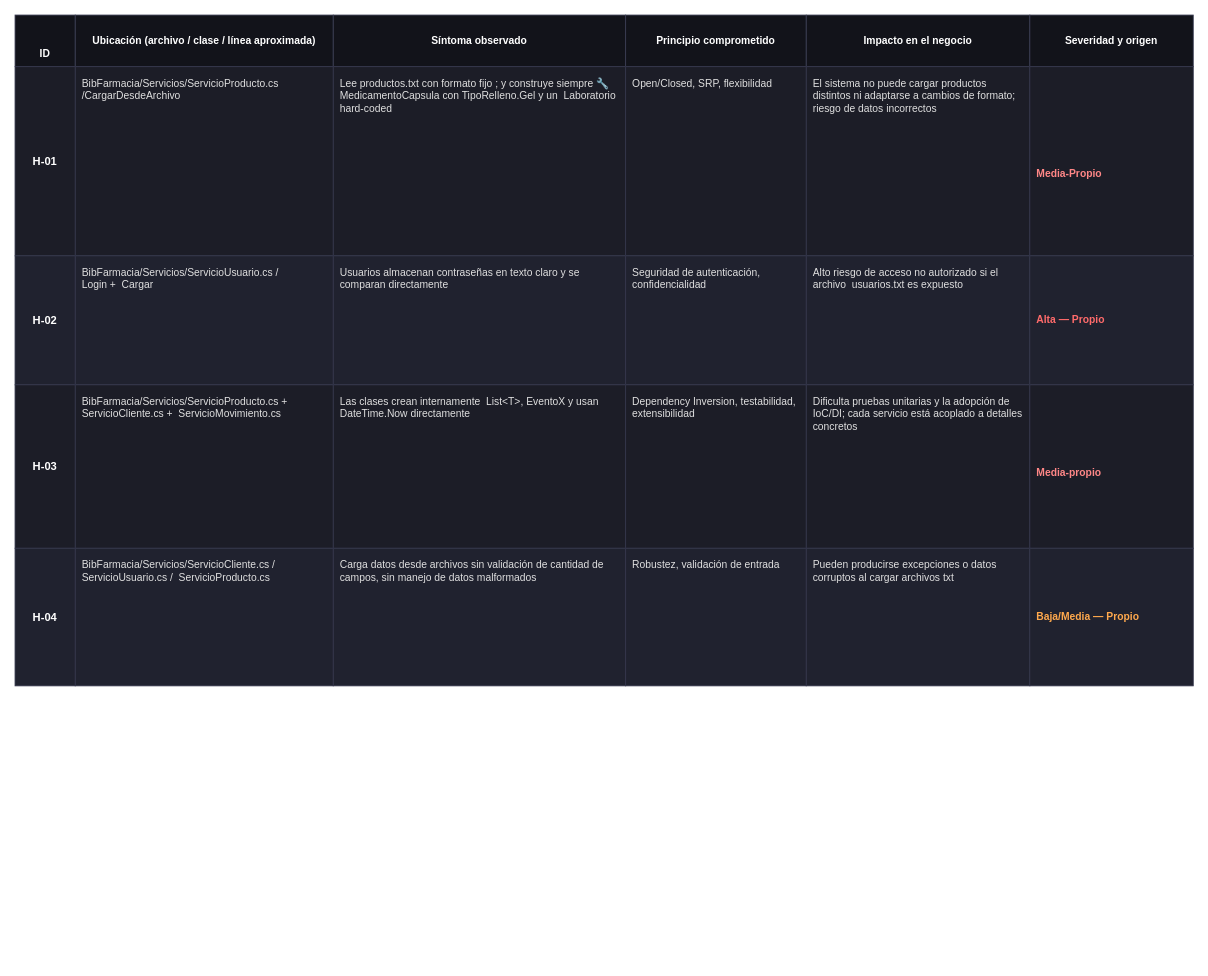
Earlier version of the draw.io diagram Fase 1/inventario_de_hallazgos.drawio (andresvle/parcial1-arq-software). Source tidied: cells renumbered, new cells numbered last; positions are measured from the earlier drawing's top-left corner, leaving out a move shared by most shapes. Both pictures are drawn from the tidied source at 86%, with x=0, y=0 at pixel (15, 15).
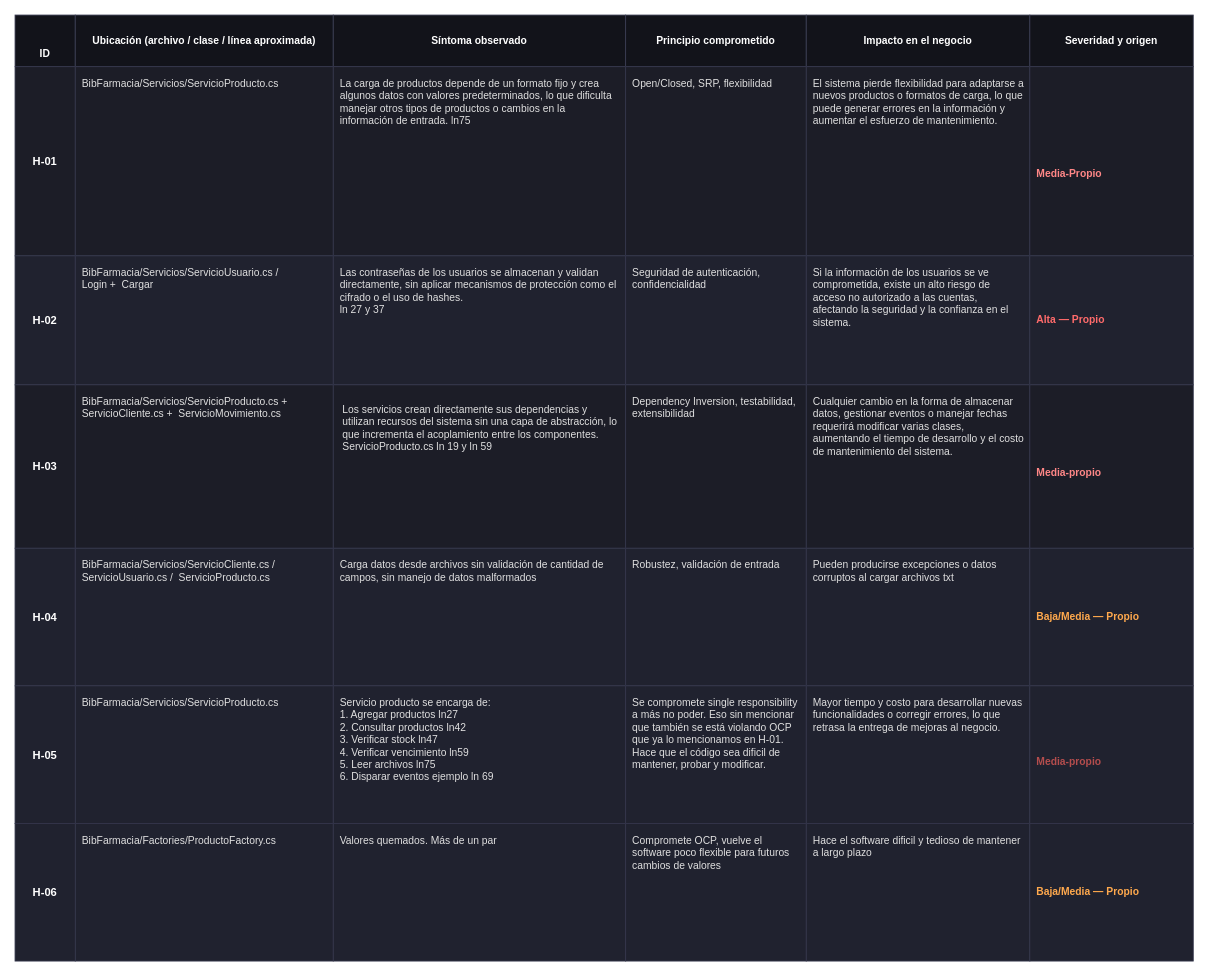
The same page after the edit.

Commit message:
inventario de hallazgos finalizado

Diff of the diagram source:
```diff
@@
-    <mxCell id="9" value="BibFarmacia/Servicios/ServicioProducto.cs /CargarDesdeArchivo" style="rounded=0;whiteSpace=wrap;html=1;align=left;verticalAlign=top;fontSize=12;fontColor=#e0e0e0;fillColor=#1c1d27;strokeColor=#33354a;spacing=8;" parent="1" vertex="1">
+    <mxCell id="9" value="BibFarmacia/Servicios/ServicioProducto.cs&amp;nbsp;" style="rounded=0;whiteSpace=wrap;html=1;align=left;verticalAlign=top;fontSize=12;fontColor=#e0e0e0;fillColor=#1c1d27;strokeColor=#33354a;spacing=8;" parent="1" vertex="1">
       <mxGeometry x="70" y="60" width="300" height="220" as="geometry" />
     </mxCell>
-    <mxCell id="10" value="Lee productos.txt con formato fijo ; y construye siempre 🔧 MedicamentoCapsula con TipoRelleno.Gel y un&amp;nbsp; Laboratorio hard-coded" style="rounded=0;whiteSpace=wrap;html=1;align=left;verticalAlign=top;fontSize=12;fontColor=#e0e0e0;fillColor=#1c1d27;strokeColor=#33354a;spacing=8;" parent="1" vertex="1">
+    <mxCell id="10" value="La carga de productos depende de un formato fijo y crea algunos datos con valores predeterminados, lo que dificulta manejar otros tipos de productos o cambios en la información de entrada. ln75" style="rounded=0;whiteSpace=wrap;html=1;align=left;verticalAlign=top;fontSize=12;fontColor=#e0e0e0;fillColor=#1c1d27;strokeColor=#33354a;spacing=8;" parent="1" vertex="1">
       <mxGeometry x="370" y="60" width="340" height="220" as="geometry" />
     </mxCell>
@@
-    <mxCell id="12" value="El sistema no puede cargar productos distintos ni adaptarse a cambios de formato; riesgo de datos incorrectos" style="rounded=0;whiteSpace=wrap;html=1;align=left;verticalAlign=top;fontSize=12;fontColor=#e0e0e0;fillColor=#1c1d27;strokeColor=#33354a;spacing=8;" parent="1" vertex="1">
+    <mxCell id="12" value="El sistema pierde flexibilidad para adaptarse a nuevos productos o formatos de carga, lo que puede generar errores en la información y aumentar el esfuerzo de mantenimiento." style="rounded=0;whiteSpace=wrap;html=1;align=left;verticalAlign=top;fontSize=12;fontColor=#e0e0e0;fillColor=#1c1d27;strokeColor=#33354a;spacing=8;" parent="1" vertex="1">
       <mxGeometry x="920" y="60" width="260" height="220" as="geometry" />
     </mxCell>
@@
-    <mxCell id="16" value="Usuarios almacenan contraseñas en texto claro y se comparan directamente" style="rounded=0;whiteSpace=wrap;html=1;align=left;verticalAlign=top;fontSize=12;fontColor=#e0e0e0;fillColor=#20222f;strokeColor=#33354a;spacing=8;" parent="1" vertex="1">
+    <mxCell id="16" value="Las contraseñas de los usuarios se almacenan y validan directamente, sin aplicar mecanismos de protección como el cifrado o el uso de hashes.&lt;div&gt;ln 27 y 37&lt;/div&gt;" style="rounded=0;whiteSpace=wrap;html=1;align=left;verticalAlign=top;fontSize=12;fontColor=#e0e0e0;fillColor=#20222f;strokeColor=#33354a;spacing=8;" parent="1" vertex="1">
       <mxGeometry x="370" y="280" width="340" height="150" as="geometry" />
     </mxCell>
@@
-    <mxCell id="18" value="Alto riesgo de acceso no autorizado si el archivo&amp;nbsp; usuarios.txt es expuesto" style="rounded=0;whiteSpace=wrap;html=1;align=left;verticalAlign=top;fontSize=12;fontColor=#e0e0e0;fillColor=#20222f;strokeColor=#33354a;spacing=8;" parent="1" vertex="1">
+    <mxCell id="18" value="Si la información de los usuarios se ve comprometida, existe un alto riesgo de acceso no autorizado a las cuentas, afectando la seguridad y la confianza en el sistema." style="rounded=0;whiteSpace=wrap;html=1;align=left;verticalAlign=top;fontSize=12;fontColor=#e0e0e0;fillColor=#20222f;strokeColor=#33354a;spacing=8;" parent="1" vertex="1">
       <mxGeometry x="920" y="280" width="260" height="150" as="geometry" />
     </mxCell>
@@
-    <mxCell id="22" value="Las clases crean internamente&amp;nbsp; List&amp;lt;T&amp;gt;, EventoX y usan&amp;nbsp; DateTime.Now directamente" style="rounded=0;whiteSpace=wrap;html=1;align=left;verticalAlign=top;fontSize=12;fontColor=#e0e0e0;fillColor=#1c1d27;strokeColor=#33354a;spacing=8;" parent="1" vertex="1">
+    <mxCell id="22" value="&lt;table&gt;&lt;tbody&gt;&lt;tr&gt;&lt;td&gt;&lt;strong&gt;&lt;/strong&gt;&lt;/td&gt;&lt;/tr&gt;&lt;/tbody&gt;&lt;/table&gt;&lt;table&gt;&lt;tbody&gt;&lt;tr&gt;&lt;td&gt;Los servicios crean directamente sus dependencias y utilizan recursos del sistema sin una capa de abstracción, lo que incrementa el acoplamiento entre los componentes.&lt;br&gt;ServicioProducto.cs ln 19 y ln 59&lt;/td&gt;&lt;/tr&gt;&lt;/tbody&gt;&lt;/table&gt;" style="rounded=0;whiteSpace=wrap;html=1;align=left;verticalAlign=top;fontSize=12;fontColor=#e0e0e0;fillColor=#1c1d27;strokeColor=#33354a;spacing=8;" parent="1" vertex="1">
       <mxGeometry x="370" y="430" width="340" height="190" as="geometry" />
     </mxCell>
@@
-    <mxCell id="24" value="Dificulta pruebas unitarias y la adopción de IoC/DI; cada servicio está acoplado a detalles concretos" style="rounded=0;whiteSpace=wrap;html=1;align=left;verticalAlign=top;fontSize=12;fontColor=#e0e0e0;fillColor=#1c1d27;strokeColor=#33354a;spacing=8;" parent="1" vertex="1">
+    <mxCell id="24" value="Cualquier cambio en la forma de almacenar datos, gestionar eventos o manejar fechas requerirá modificar varias clases, aumentando el tiempo de desarrollo y el costo de mantenimiento del sistema." style="rounded=0;whiteSpace=wrap;html=1;align=left;verticalAlign=top;fontSize=12;fontColor=#e0e0e0;fillColor=#1c1d27;strokeColor=#33354a;spacing=8;" parent="1" vertex="1">
       <mxGeometry x="920" y="430" width="260" height="190" as="geometry" />
     </mxCell>
@@
+    <mxCell id="32" value="BibFarmacia/Servicios/ServicioProducto.cs" style="rounded=0;whiteSpace=wrap;html=1;align=left;verticalAlign=top;fontSize=12;fontColor=#e0e0e0;fillColor=#20222f;strokeColor=#33354a;spacing=8;" parent="1" vertex="1">
+      <mxGeometry x="70" y="780" width="300" height="160" as="geometry" />
+    </mxCell>
+    <mxCell id="33" value="H-05" style="rounded=0;whiteSpace=wrap;html=1;align=center;verticalAlign=middle;fontSize=13;fontStyle=1;fontColor=#ffffff;fillColor=#20222f;strokeColor=#33354a;spacing=8;" parent="1" vertex="1">
+      <mxGeometry y="780" width="70" height="160" as="geometry" />
+    </mxCell>
+    <mxCell id="34" value="Servicio producto se encarga de:&lt;br&gt;1. Agregar productos ln27&lt;div&gt;2. Consultar productos ln42&lt;/div&gt;&lt;div&gt;3. Verificar stock ln47&lt;/div&gt;&lt;div&gt;4.&amp;nbsp;&lt;span style=&quot;background-color: transparent; color: light-dark(rgb(224, 224, 224), rgb(45, 45, 45));&quot;&gt;Verificar vencimiento ln59&lt;/span&gt;&lt;/div&gt;&lt;div&gt;&lt;span style=&quot;background-color: transparent; color: light-dark(rgb(224, 224, 224), rgb(45, 45, 45));&quot;&gt;5. Leer archivos&amp;nbsp;&lt;/span&gt;&lt;span style=&quot;background-color: transparent; color: light-dark(rgb(224, 224, 224), rgb(45, 45, 45));&quot;&gt;ln75&lt;/span&gt;&lt;/div&gt;&lt;div&gt;&lt;span style=&quot;background-color: transparent; color: light-dark(rgb(224, 224, 224), rgb(45, 45, 45));&quot;&gt;6. Disparar eventos ejemplo ln 69&lt;/span&gt;&lt;/div&gt;" style="rounded=0;whiteSpace=wrap;html=1;align=left;verticalAlign=top;fontSize=12;fontColor=#e0e0e0;fillColor=#20222f;strokeColor=#33354a;spacing=8;" parent="1" vertex="1">
+      <mxGeometry x="370" y="780" width="340" height="160" as="geometry" />
+    </mxCell>
+    <mxCell id="35" value="Se compromete single responsibility a más no poder. Eso sin mencionar que también se está violando OCP que ya lo mencionamos en H-01. Hace que el código sea dificil de mantener, probar y modificar." style="rounded=0;whiteSpace=wrap;html=1;align=left;verticalAlign=top;fontSize=12;fontColor=#e0e0e0;fillColor=#20222f;strokeColor=#33354a;spacing=8;" parent="1" vertex="1">
+      <mxGeometry x="710" y="780" width="210" height="160" as="geometry" />
+    </mxCell>
+    <mxCell id="36" value="Mayor tiempo y costo para desarrollar nuevas funcionalidades o corregir errores, lo que retrasa la entrega de mejoras al negocio." style="rounded=0;whiteSpace=wrap;html=1;align=left;verticalAlign=top;fontSize=12;fontColor=#e0e0e0;fillColor=#20222f;strokeColor=#33354a;spacing=8;" parent="1" vertex="1">
+      <mxGeometry x="920" y="780" width="260" height="160" as="geometry" />
+    </mxCell>
+    <mxCell id="37" value="&lt;br&gt;&lt;div&gt;&lt;span style=&quot;color: rgb(180, 77, 77);&quot;&gt;Media-propio&lt;/span&gt;&lt;/div&gt;" style="rounded=0;whiteSpace=wrap;html=1;align=left;verticalAlign=middle;fontSize=12;fontStyle=1;fontColor=#ffa94d;fillColor=#20222f;strokeColor=#33354a;spacing=8;" parent="1" vertex="1">
+      <mxGeometry x="1180" y="780" width="190" height="160" as="geometry" />
+    </mxCell>
+    <mxCell id="38" value="BibFarmacia/Factories/ProductoFactory.cs" style="rounded=0;whiteSpace=wrap;html=1;align=left;verticalAlign=top;fontSize=12;fontColor=#e0e0e0;fillColor=#20222f;strokeColor=#33354a;spacing=8;" parent="1" vertex="1">
+      <mxGeometry x="70" y="940" width="300" height="160" as="geometry" />
+    </mxCell>
+    <mxCell id="39" value="H-06" style="rounded=0;whiteSpace=wrap;html=1;align=center;verticalAlign=middle;fontSize=13;fontStyle=1;fontColor=#ffffff;fillColor=#20222f;strokeColor=#33354a;spacing=8;" parent="1" vertex="1">
+      <mxGeometry y="940" width="70" height="160" as="geometry" />
+    </mxCell>
+    <mxCell id="40" value="Valores quemados. Más de un par&amp;nbsp;" style="rounded=0;whiteSpace=wrap;html=1;align=left;verticalAlign=top;fontSize=12;fontColor=#e0e0e0;fillColor=#20222f;strokeColor=#33354a;spacing=8;" parent="1" vertex="1">
+      <mxGeometry x="370" y="940" width="340" height="160" as="geometry" />
+    </mxCell>
+    <mxCell id="41" value="Compromete OCP, vuelve el software poco flexible para futuros cambios de valores" style="rounded=0;whiteSpace=wrap;html=1;align=left;verticalAlign=top;fontSize=12;fontColor=#e0e0e0;fillColor=#20222f;strokeColor=#33354a;spacing=8;" parent="1" vertex="1">
+      <mxGeometry x="710" y="940" width="210" height="160" as="geometry" />
+    </mxCell>
+    <mxCell id="42" value="Hace el software dificil y tedioso de mantener a largo plazo&amp;nbsp;" style="rounded=0;whiteSpace=wrap;html=1;align=left;verticalAlign=top;fontSize=12;fontColor=#e0e0e0;fillColor=#20222f;strokeColor=#33354a;spacing=8;" parent="1" vertex="1">
+      <mxGeometry x="920" y="940" width="260" height="160" as="geometry" />
+    </mxCell>
+    <mxCell id="43" value="Baja/Media — Propio" style="rounded=0;whiteSpace=wrap;html=1;align=left;verticalAlign=middle;fontSize=12;fontStyle=1;fontColor=#ffa94d;fillColor=#20222f;strokeColor=#33354a;spacing=8;" parent="1" vertex="1">
+      <mxGeometry x="1180" y="940" width="190" height="160" as="geometry" />
+    </mxCell>
```
